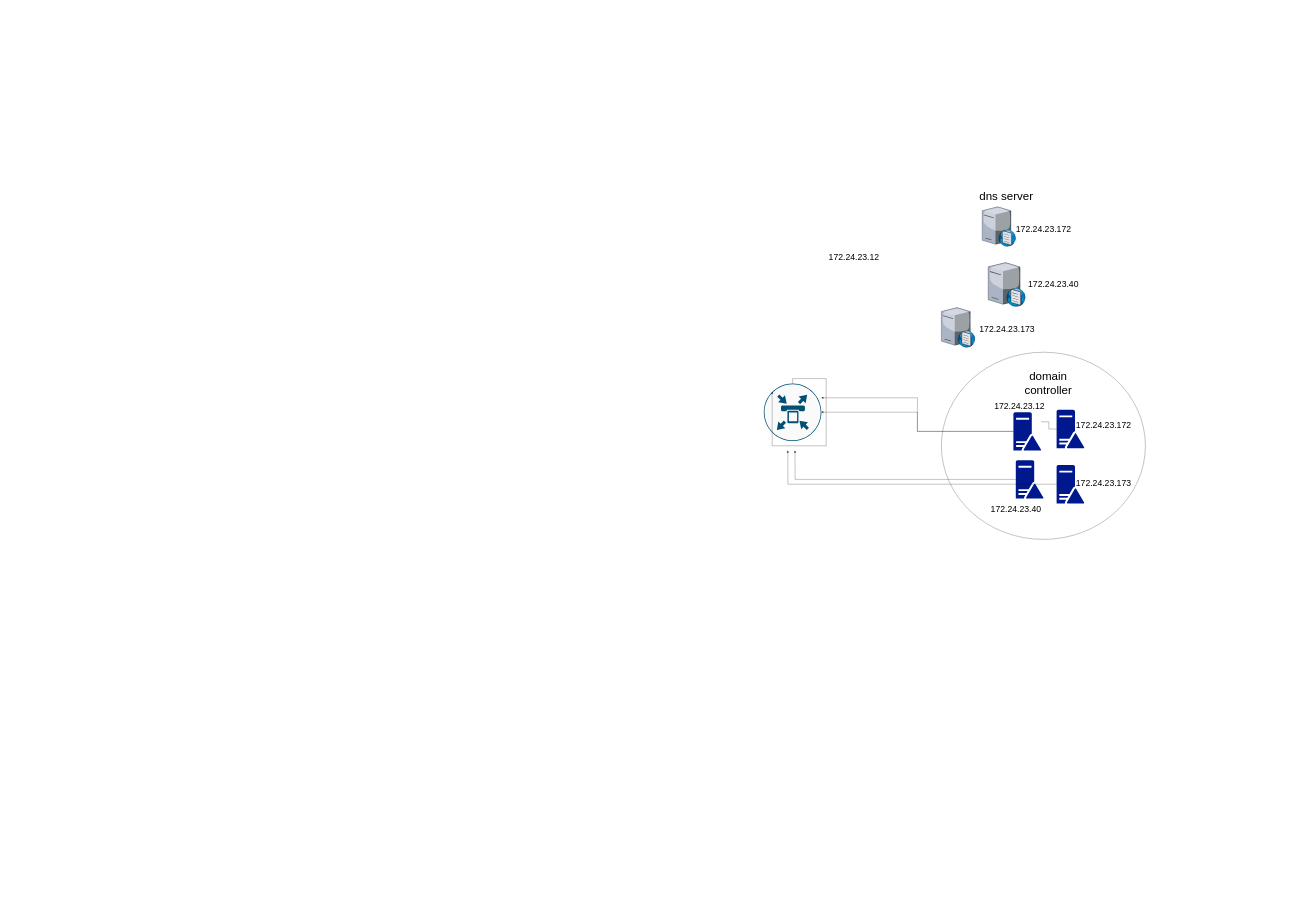
Above: Untitled Diagram.drawio in omidkarami77/MaktabSharif_Practice (draw.io), before the change. Source tidied: cells renumbered, new cells numbered last; positions are measured from the earlier drawing's top-left corner, leaving out a move shared by most shapes. Both pictures are drawn from the tidied source at 24%, with x=0, y=0 at pixel (764, 192).
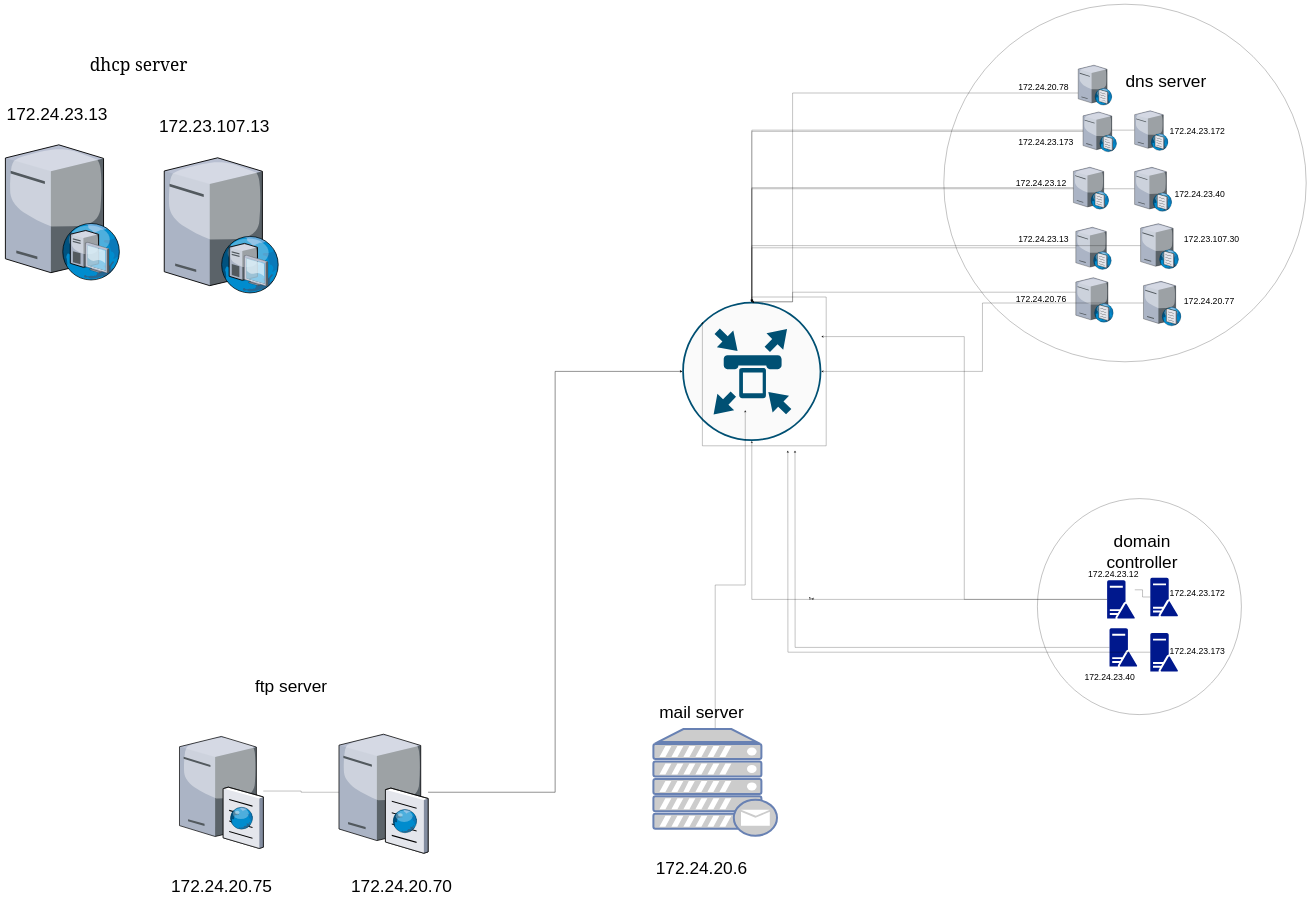
Above is the later version.

The change refers to these unchanged cells:
```xml
<mxCell id="4" style="edgeStyle=orthogonalEdgeStyle;rounded=0;jettySize=auto;html=1;" parent="1" edge="1" source="17" target="2">
  <mxGeometry relative="1" as="geometry" />
</mxCell>
```

Change to the diagram source:
```diff
@@
     <mxCell id="2" style="sketch=0;points=[[0.5,0,0],[1,0.5,0],[0.5,1,0],[0,0.5,0],[0.145,0.145,0],[0.8555,0.145,0],[0.855,0.8555,0],[0.145,0.855,0]];verticalLabelPosition=bottom;html=1;verticalAlign=top;align=center;shape=mxgraph.cisco19.rect;prIcon=ip_telephone_router;fillColor=#FAFAFA;strokeColor=#005073;" parent="1" vertex="1">
-      <mxGeometry y="795" width="240" height="240" as="geometry" />
+      <mxGeometry x="-340" y="455" width="580" height="580" as="geometry" />
     </mxCell>
@@
+    <mxCell id="27" value="&lt;b&gt;Text&lt;/b&gt;" style="edgeLabel;html=1;align=center;verticalAlign=middle;" parent="4" vertex="1">
+      <mxGeometry x="0.15" y="-3" relative="1" as="geometry">
+        <mxPoint x="-1" as="offset" />
+      </mxGeometry>
+    </mxCell>
@@
     <mxCell id="6" style="sketch=0;shadow=0;dashed=0;html=1;strokeColor=none;labelPosition=center;verticalLabelPosition=bottom;verticalAlign=top;align=center;fillColor=#00188D;shape=mxgraph.mscae.enterprise.domain_controller;" parent="1" vertex="1">
-      <mxGeometry x="1050" y="1115" width="115.2" height="160" as="geometry" />
+      <mxGeometry x="1440.5" y="1815" width="115.2" height="160" as="geometry" />
     </mxCell>
-    <mxCell id="7" style="edgeStyle=orthogonalEdgeStyle;rounded=0;jettySize=auto;html=1;entryX=1;entryY=0.25;entryDx=0;entryDy=0;entryPerimeter=0;startArrow=none;" parent="1" edge="1" source="17" target="2">
+    <mxCell id="7" style="edgeStyle=orthogonalEdgeStyle;rounded=0;jettySize=auto;html=1;entryX=1;entryY=0.25;entryDx=0;entryDy=0;entryPerimeter=0;startArrow=none;jumpSize=10;" parent="1" edge="1" source="17" target="2">
       <mxGeometry relative="1" as="geometry" />
     </mxCell>
     <mxCell id="8" style="sketch=0;shadow=0;dashed=0;html=1;strokeColor=none;labelPosition=center;verticalLabelPosition=bottom;verticalAlign=top;align=center;fillColor=#00188D;shape=mxgraph.mscae.enterprise.domain_controller;" parent="1" vertex="1">
-      <mxGeometry x="1220" y="905" width="115.2" height="160" as="geometry" />
+      <mxGeometry x="1610.5" y="1605" width="115.2" height="160" as="geometry" />
     </mxCell>
-    <mxCell id="9" style="edgeStyle=orthogonalEdgeStyle;rounded=0;jettySize=auto;html=1;" parent="1" edge="1" source="10">
+    <mxCell id="9" style="edgeStyle=orthogonalEdgeStyle;jettySize=auto;html=1;fillColor=#a20025;strokeColor=default;rounded=0;jumpStyle=none;" parent="1" edge="1" source="10">
       <mxGeometry relative="1" as="geometry">
         <mxPoint x="100" y="1075" as="targetPoint" />
       </mxGeometry>
     </mxCell>
     <mxCell id="10" style="sketch=0;shadow=0;dashed=0;html=1;strokeColor=none;labelPosition=center;verticalLabelPosition=bottom;verticalAlign=top;align=center;fillColor=#00188D;shape=mxgraph.mscae.enterprise.domain_controller;" parent="1" vertex="1">
-      <mxGeometry x="1220" y="1135" width="115.2" height="160" as="geometry" />
+      <mxGeometry x="1610.5" y="1835" width="115.2" height="160" as="geometry" />
     </mxCell>
-    <mxCell id="11" value="&lt;font style=&quot;font-size: 48px&quot;&gt;domain controller&lt;/font&gt;" style="text;html=1;strokeColor=none;fillColor=none;align=center;verticalAlign=middle;whiteSpace=wrap;rounded=0;" parent="1" vertex="1">
-      <mxGeometry x="1165.2" y="775" width="40" height="40" as="geometry" />
+    <mxCell id="11" value="&lt;font style=&quot;font-size: 72px&quot;&gt;domain controller&lt;/font&gt;" style="text;html=1;strokeColor=none;fillColor=none;align=center;verticalAlign=middle;whiteSpace=wrap;rounded=0;" parent="1" vertex="1">
+      <mxGeometry x="1555.7" y="1475" width="40" height="40" as="geometry" />
     </mxCell>
     <mxCell id="12" value="&lt;font style=&quot;font-size: 36px&quot;&gt;172.24.23.172&lt;/font&gt;" style="text;html=1;align=center;verticalAlign=middle;strokeColor=none;fillColor=none;" parent="1" vertex="1">
-      <mxGeometry x="1290" y="955" width="250" height="30" as="geometry" />
+      <mxGeometry x="1680.5" y="1655" width="250" height="30" as="geometry" />
     </mxCell>
     <mxCell id="13" value="&lt;font style=&quot;font-size: 36px&quot;&gt;172.24.23.173&lt;/font&gt;" style="text;html=1;align=center;verticalAlign=middle;strokeColor=none;fillColor=none;" parent="1" vertex="1">
-      <mxGeometry x="1290" y="1195" width="250" height="30" as="geometry" />
+      <mxGeometry x="1680.5" y="1895" width="250" height="30" as="geometry" />
     </mxCell>
     <mxCell id="14" value="&lt;font style=&quot;font-size: 36px&quot;&gt;172.24.23.40&lt;/font&gt;" style="text;html=1;align=center;verticalAlign=middle;strokeColor=none;fillColor=none;" parent="1" vertex="1">
-      <mxGeometry x="935.2" y="1305" width="230" height="30" as="geometry" />
+      <mxGeometry x="1325.7" y="2005" width="230" height="30" as="geometry" />
     </mxCell>
     <mxCell id="15" value="&lt;font style=&quot;font-size: 36px&quot;&gt;172.24.23.12&lt;/font&gt;" style="text;html=1;align=center;verticalAlign=middle;strokeColor=none;fillColor=none;" parent="1" vertex="1">
-      <mxGeometry x="950" y="875" width="230" height="30" as="geometry" />
+      <mxGeometry x="1340.5" y="1575" width="230" height="30" as="geometry" />
     </mxCell>
     <mxCell id="16" style="ellipse;whiteSpace=wrap;html=1;fillColor=none;" parent="1" vertex="1">
-      <mxGeometry x="740" y="665" width="850" height="780" as="geometry" />
+      <mxGeometry x="1140" y="1275" width="850" height="900" as="geometry" />
     </mxCell>
     <mxCell id="17" style="sketch=0;shadow=0;dashed=0;html=1;strokeColor=none;labelPosition=center;verticalLabelPosition=bottom;verticalAlign=top;align=center;fillColor=#00188D;shape=mxgraph.mscae.enterprise.domain_controller;" parent="1" vertex="1">
-      <mxGeometry x="1040" y="915" width="115.2" height="160" as="geometry" />
+      <mxGeometry x="1430.5" y="1615" width="115.2" height="160" as="geometry" />
     </mxCell>
@@
+    <mxCell id="28" style="edgeStyle=orthogonalEdgeStyle;rounded=0;jettySize=auto;html=1;" parent="1" edge="1" source="19" target="2">
+      <mxGeometry relative="1" as="geometry" />
+    </mxCell>
     <mxCell id="19" style="verticalLabelPosition=bottom;sketch=0;html=1;verticalAlign=top;strokeColor=none;align=center;outlineConnect=0;shape=mxgraph.citrix.dns_server;fillColor=none;" parent="1" vertex="1">
-      <mxGeometry x="910" y="55" width="140" height="169.3" as="geometry" />
+      <mxGeometry x="1545" y="-345" width="140" height="169.3" as="geometry" />
     </mxCell>
-    <mxCell id="20" value="&lt;font style=&quot;font-size: 48px&quot;&gt;dns server&lt;/font&gt;" style="text;html=1;align=center;verticalAlign=middle;strokeColor=none;fillColor=none;" parent="1" vertex="1">
-      <mxGeometry x="890" width="240" height="30" as="geometry" />
+    <mxCell id="20" value="&lt;font style=&quot;font-size: 72px&quot;&gt;dns server&lt;/font&gt;" style="text;html=1;align=center;verticalAlign=middle;strokeColor=none;fillColor=none;" parent="1" vertex="1">
+      <mxGeometry x="1500" y="-485" width="350" height="40" as="geometry" />
     </mxCell>
     <mxCell id="21" value="&lt;font style=&quot;font-size: 36px&quot;&gt;172.24.23.172&lt;/font&gt;" style="text;html=1;align=center;verticalAlign=middle;strokeColor=none;fillColor=none;" parent="1" vertex="1">
-      <mxGeometry x="1040" y="135" width="250" height="30" as="geometry" />
+      <mxGeometry x="1680.5" y="-270" width="250" height="30" as="geometry" />
     </mxCell>
     <mxCell id="22" value="&lt;font style=&quot;font-size: 36px&quot;&gt;172.24.23.173&lt;/font&gt;" style="text;html=1;align=center;verticalAlign=middle;strokeColor=none;fillColor=none;" parent="1" vertex="1">
-      <mxGeometry x="887.7" y="555" width="250" height="30" as="geometry" />
+      <mxGeometry x="1050" y="-225" width="250" height="30" as="geometry" />
     </mxCell>
     <mxCell id="23" value="&lt;font style=&quot;font-size: 36px&quot;&gt;172.24.23.40&lt;/font&gt;" style="text;html=1;align=center;verticalAlign=middle;strokeColor=none;fillColor=none;rotation=0;" parent="1" vertex="1">
-      <mxGeometry x="1090.5" y="366" width="230" height="30" as="geometry" />
+      <mxGeometry x="1700.5" y="-9" width="230" height="30" as="geometry" />
     </mxCell>
     <mxCell id="24" value="&lt;font style=&quot;font-size: 36px&quot;&gt;172.24.23.12&lt;/font&gt;" style="text;html=1;align=center;verticalAlign=middle;strokeColor=none;fillColor=none;" parent="1" vertex="1">
-      <mxGeometry x="260" y="255" width="230" height="30" as="geometry" />
+      <mxGeometry x="1040" y="-55" width="230" height="30" as="geometry" />
     </mxCell>
+    <mxCell id="29" style="edgeStyle=orthogonalEdgeStyle;rounded=0;jettySize=auto;html=1;" parent="1" edge="1" source="25" target="2">
+      <mxGeometry relative="1" as="geometry" />
+    </mxCell>
     <mxCell id="25" style="verticalLabelPosition=bottom;sketch=0;html=1;verticalAlign=top;strokeColor=none;align=center;outlineConnect=0;shape=mxgraph.citrix.dns_server;fillColor=none;" parent="1" vertex="1">
-      <mxGeometry x="935" y="287" width="155.5" height="188" as="geometry" />
+      <mxGeometry x="1545" y="-110" width="155.5" height="188" as="geometry" />
     </mxCell>
+    <mxCell id="30" style="edgeStyle=orthogonalEdgeStyle;rounded=0;jettySize=auto;html=1;" parent="1" edge="1" source="26" target="2">
+      <mxGeometry relative="1" as="geometry" />
+    </mxCell>
     <mxCell id="26" style="verticalLabelPosition=bottom;sketch=0;html=1;verticalAlign=top;strokeColor=none;align=center;outlineConnect=0;shape=mxgraph.citrix.dns_server;fillColor=none;" parent="1" vertex="1">
-      <mxGeometry x="740" y="475" width="140.6" height="170" as="geometry" />
+      <mxGeometry x="1330" y="-340" width="140.6" height="170" as="geometry" />
     </mxCell>
+    <mxCell id="31" style="edgeStyle=orthogonalEdgeStyle;rounded=0;jettySize=auto;html=1;entryX=0.5;entryY=0;entryDx=0;entryDy=0;entryPerimeter=0;" parent="1" edge="1" source="32" target="2">
+      <mxGeometry relative="1" as="geometry" />
+    </mxCell>
+    <mxCell id="32" style="verticalLabelPosition=bottom;sketch=0;html=1;verticalAlign=top;strokeColor=none;align=center;outlineConnect=0;shape=mxgraph.citrix.dns_server;fillColor=none;" parent="1" vertex="1">
+      <mxGeometry x="1290" y="-110" width="148" height="179" as="geometry" />
+    </mxCell>
+    <mxCell id="33" value="&lt;font style=&quot;font-size: 36px&quot;&gt;172.24.23.13&lt;/font&gt;" style="text;html=1;align=center;verticalAlign=middle;strokeColor=none;fillColor=none;" parent="1" vertex="1">
+      <mxGeometry x="1050" y="180" width="230" height="30" as="geometry" />
+    </mxCell>
+    <mxCell id="34" style="edgeStyle=orthogonalEdgeStyle;rounded=0;jettySize=auto;html=1;" parent="1" edge="1" source="35" target="2">
+      <mxGeometry relative="1" as="geometry" />
+    </mxCell>
+    <mxCell id="35" style="verticalLabelPosition=bottom;sketch=0;html=1;verticalAlign=top;strokeColor=none;align=center;outlineConnect=0;shape=mxgraph.citrix.dns_server;fillColor=none;" parent="1" vertex="1">
+      <mxGeometry x="1300" y="140" width="148.9" height="180" as="geometry" />
+    </mxCell>
+    <mxCell id="36" style="edgeStyle=orthogonalEdgeStyle;rounded=0;jettySize=auto;html=1;entryX=0.5;entryY=0;entryDx=0;entryDy=0;entryPerimeter=0;" parent="1" edge="1" source="37" target="2">
+      <mxGeometry relative="1" as="geometry" />
+    </mxCell>
+    <mxCell id="37" style="verticalLabelPosition=bottom;sketch=0;html=1;verticalAlign=top;strokeColor=none;align=center;outlineConnect=0;shape=mxgraph.citrix.dns_server;fillColor=none;" parent="1" vertex="1">
+      <mxGeometry x="1570" y="125" width="158.8" height="192" as="geometry" />
+    </mxCell>
+    <mxCell id="38" value="&lt;font style=&quot;font-size: 36px&quot;&gt;172.23.107.30&lt;/font&gt;" style="text;html=1;align=center;verticalAlign=middle;strokeColor=none;fillColor=none;" parent="1" vertex="1">
+      <mxGeometry x="1740" y="180" width="250" height="30" as="geometry" />
+    </mxCell>
+    <mxCell id="39" style="edgeStyle=orthogonalEdgeStyle;rounded=0;jettySize=auto;html=1;entryX=0.5;entryY=0;entryDx=0;entryDy=0;entryPerimeter=0;" parent="1" edge="1" source="40" target="2">
+      <mxGeometry relative="1" as="geometry">
+        <Array as="points">
+          <mxPoint x="120" y="415" />
+        </Array>
+      </mxGeometry>
+    </mxCell>
+    <mxCell id="40" style="verticalLabelPosition=bottom;sketch=0;html=1;verticalAlign=top;strokeColor=none;align=center;outlineConnect=0;shape=mxgraph.citrix.dns_server;fillColor=none;" parent="1" vertex="1">
+      <mxGeometry x="1300" y="350" width="157.1" height="190" as="geometry" />
+    </mxCell>
+    <mxCell id="41" value="&lt;font style=&quot;font-size: 36px&quot;&gt;172.24.20.76&lt;/font&gt;" style="text;html=1;align=center;verticalAlign=middle;strokeColor=none;fillColor=none;" parent="1" vertex="1">
+      <mxGeometry x="1040" y="430" width="230" height="30" as="geometry" />
+    </mxCell>
+    <mxCell id="42" value="&lt;font style=&quot;font-size: 36px&quot;&gt;172.24.20.77&lt;/font&gt;" style="text;html=1;align=center;verticalAlign=middle;strokeColor=none;fillColor=none;" parent="1" vertex="1">
+      <mxGeometry x="1740" y="435" width="230" height="30" as="geometry" />
+    </mxCell>
+    <mxCell id="43" style="edgeStyle=orthogonalEdgeStyle;rounded=0;jettySize=auto;html=1;" parent="1" edge="1" source="44" target="2">
+      <mxGeometry relative="1" as="geometry" />
+    </mxCell>
+    <mxCell id="44" style="verticalLabelPosition=bottom;sketch=0;html=1;verticalAlign=top;strokeColor=none;align=center;outlineConnect=0;shape=mxgraph.citrix.dns_server;fillColor=none;" parent="1" vertex="1">
+      <mxGeometry x="1582" y="365" width="157.1" height="190" as="geometry" />
+    </mxCell>
+    <mxCell id="45" value="&lt;font style=&quot;font-size: 36px&quot;&gt;172.24.20.78&lt;/font&gt;" style="text;html=1;align=center;verticalAlign=middle;strokeColor=none;fillColor=none;" parent="1" vertex="1">
+      <mxGeometry x="1050" y="-455" width="230" height="30" as="geometry" />
+    </mxCell>
+    <mxCell id="46" style="edgeStyle=orthogonalEdgeStyle;rounded=0;jettySize=auto;html=1;entryX=0.5;entryY=0;entryDx=0;entryDy=0;entryPerimeter=0;" parent="1" edge="1" source="47" target="2">
+      <mxGeometry relative="1" as="geometry">
+        <Array as="points">
+          <mxPoint x="120" y="-415" />
+        </Array>
+      </mxGeometry>
+    </mxCell>
+    <mxCell id="47" style="verticalLabelPosition=bottom;sketch=0;html=1;verticalAlign=top;strokeColor=none;align=center;outlineConnect=0;shape=mxgraph.citrix.dns_server;fillColor=none;" parent="1" vertex="1">
+      <mxGeometry x="1310" y="-535" width="141" height="170.5" as="geometry" />
+    </mxCell>
+    <mxCell id="48" style="ellipse;whiteSpace=wrap;html=1;fillColor=none;" parent="1" vertex="1">
+      <mxGeometry x="750" y="-785" width="1510" height="1490" as="geometry" />
+    </mxCell>
+    <mxCell id="49" style="edgeStyle=orthogonalEdgeStyle;rounded=0;jettySize=auto;html=1;entryX=0.453;entryY=0.779;entryDx=0;entryDy=0;entryPerimeter=0;" parent="1" edge="1" source="50" target="2">
+      <mxGeometry relative="1" as="geometry" />
+    </mxCell>
+    <mxCell id="50" style="fontColor=#0066CC;verticalAlign=top;verticalLabelPosition=bottom;labelPosition=center;align=center;html=1;outlineConnect=0;fillColor=#CCCCCC;strokeColor=#6881B3;gradientColor=none;gradientDirection=north;strokeWidth=2;shape=mxgraph.networks.mail_server;" parent="1" vertex="1">
+      <mxGeometry x="-460" y="2235" width="515" height="445" as="geometry" />
+    </mxCell>
+    <mxCell id="51" value="&lt;font style=&quot;font-size: 72px&quot;&gt;mail server&lt;/font&gt;" style="text;html=1;align=center;verticalAlign=middle;strokeColor=none;fillColor=none;" parent="1" vertex="1">
+      <mxGeometry x="-445" y="2145" width="370" height="40" as="geometry" />
+    </mxCell>
+    <mxCell id="52" value="&lt;font style=&quot;font-size: 72px&quot;&gt;172.24.20.6&lt;/font&gt;" style="text;html=1;align=center;verticalAlign=middle;strokeColor=none;fillColor=none;" parent="1" vertex="1">
+      <mxGeometry x="-460" y="2795" width="400" height="40" as="geometry" />
+    </mxCell>
+    <mxCell id="53" style="edgeStyle=orthogonalEdgeStyle;rounded=0;jettySize=auto;html=1;entryX=0;entryY=0.5;entryDx=0;entryDy=0;entryPerimeter=0;" parent="1" edge="1" source="59" target="2">
+      <mxGeometry relative="1" as="geometry" />
+    </mxCell>
+    <mxCell id="54" value="&lt;font style=&quot;font-size: 72px&quot;&gt;172.24.20.70&lt;/font&gt;" style="text;html=1;align=center;verticalAlign=middle;strokeColor=none;fillColor=none;" parent="1" vertex="1">
+      <mxGeometry x="-1730" y="2870" width="440" height="40" as="geometry" />
+    </mxCell>
+    <mxCell id="55" value="&lt;font style=&quot;font-size: 72px&quot;&gt;172.24.20.75&lt;/font&gt;" style="text;html=1;align=center;verticalAlign=middle;strokeColor=none;fillColor=none;" parent="1" vertex="1">
+      <mxGeometry x="-2480" y="2870" width="440" height="40" as="geometry" />
+    </mxCell>
+    <mxCell id="56" value="&lt;font style=&quot;font-size: 72px&quot;&gt;ftp server&lt;/font&gt;" style="text;html=1;align=center;verticalAlign=middle;strokeColor=none;fillColor=none;" parent="1" vertex="1">
+      <mxGeometry x="-2130" y="2035" width="320" height="40" as="geometry" />
+    </mxCell>
+    <mxCell id="57" style="edgeStyle=orthogonalEdgeStyle;rounded=0;jettySize=auto;html=1;entryX=0;entryY=0.5;entryDx=0;entryDy=0;entryPerimeter=0;startArrow=none;" parent="1" edge="1" source="59" target="2">
+      <mxGeometry relative="1" as="geometry" />
+    </mxCell>
+    <mxCell id="58" style="verticalLabelPosition=bottom;sketch=0;html=1;verticalAlign=top;strokeColor=none;align=center;outlineConnect=0;shape=mxgraph.citrix.ftp_server;fillColor=none;" parent="1" vertex="1">
+      <mxGeometry x="-2434.6" y="2255" width="349.1" height="477" as="geometry" />
+    </mxCell>
+    <mxCell id="59" style="verticalLabelPosition=bottom;sketch=0;html=1;verticalAlign=top;strokeColor=none;align=center;outlineConnect=0;shape=mxgraph.citrix.ftp_server;fillColor=none;" parent="1" vertex="1">
+      <mxGeometry x="-1770" y="2245" width="371.1" height="507" as="geometry" />
+    </mxCell>
+    <mxCell id="60" style="edgeStyle=orthogonalEdgeStyle;rounded=0;jettySize=auto;html=1;entryX=0;entryY=0.5;entryDx=0;entryDy=0;entryPerimeter=0;endArrow=none;" parent="1" edge="1" source="58" target="59">
+      <mxGeometry relative="1" as="geometry" />
+    </mxCell>
+    <mxCell id="61" style="verticalLabelPosition=bottom;sketch=0;html=1;verticalAlign=top;strokeColor=none;align=center;shape=mxgraph.citrix.dhcp_server;fontFamily=Georgia;fillColor=none;" parent="1" vertex="1">
+      <mxGeometry x="-2498.1" y="-145" width="476.3" height="564" as="geometry" />
+    </mxCell>
+    <mxCell id="62" style="verticalLabelPosition=bottom;sketch=0;html=1;verticalAlign=top;strokeColor=none;align=center;shape=mxgraph.citrix.dhcp_server;fontFamily=Georgia;fillColor=none;" parent="1" vertex="1">
+      <mxGeometry x="-3160" y="-199" width="476.3" height="564" as="geometry" />
+    </mxCell>
+    <mxCell id="63" value="&lt;font style=&quot;font-size: 72px&quot;&gt;dhcp server&lt;/font&gt;" style="text;html=1;align=center;verticalAlign=middle;strokeColor=none;fillColor=none;fontFamily=Georgia;" parent="1" vertex="1">
+      <mxGeometry x="-2800" y="-555" width="390" height="40" as="geometry" />
+    </mxCell>
+    <mxCell id="64" value="&lt;font style=&quot;font-size: 72px&quot; face=&quot;Helvetica&quot;&gt;172.24.23.13&lt;/font&gt;" style="text;html=1;align=center;verticalAlign=middle;strokeColor=none;fillColor=none;fontFamily=Georgia;" parent="1" vertex="1">
+      <mxGeometry x="-3165" y="-345" width="440" height="40" as="geometry" />
+    </mxCell>
+    <mxCell id="65" value="&lt;font style=&quot;font-size: 72px&quot; face=&quot;Helvetica&quot;&gt;172.23.107.13&lt;/font&gt;" style="text;html=1;align=center;verticalAlign=middle;strokeColor=none;fillColor=none;fontFamily=Georgia;" parent="1" vertex="1">
+      <mxGeometry x="-2530" y="-295" width="480" height="40" as="geometry" />
+    </mxCell>
```
